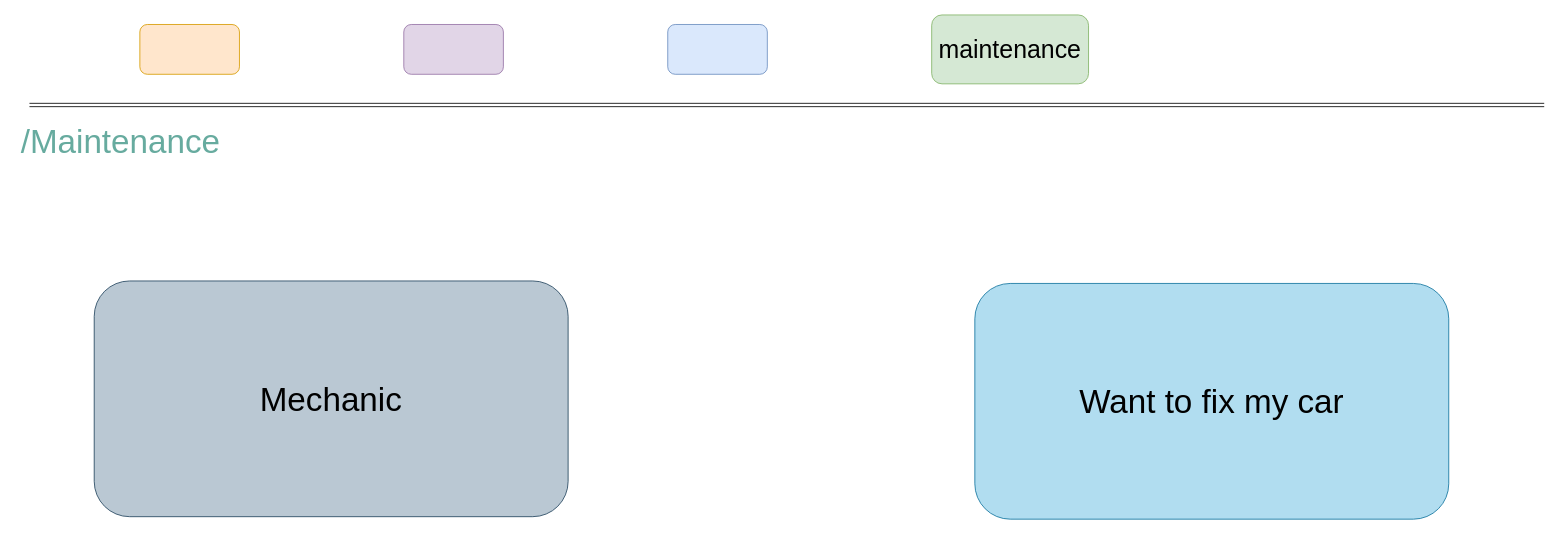
Above: page "Mantenance" (2 of 6) of Diagram/Prototype v0.1/MetainenceInterfaceDiagram.drawio in omarwasfi/CM (draw.io), before the change. Source tidied: cells renumbered, new cells numbered last; positions are measured from the earlier drawing's top-left corner, leaving out a move shared by most shapes. Both pictures are drawn from the tidied source at 83%, with x=0, y=0 at pixel (14, 15).
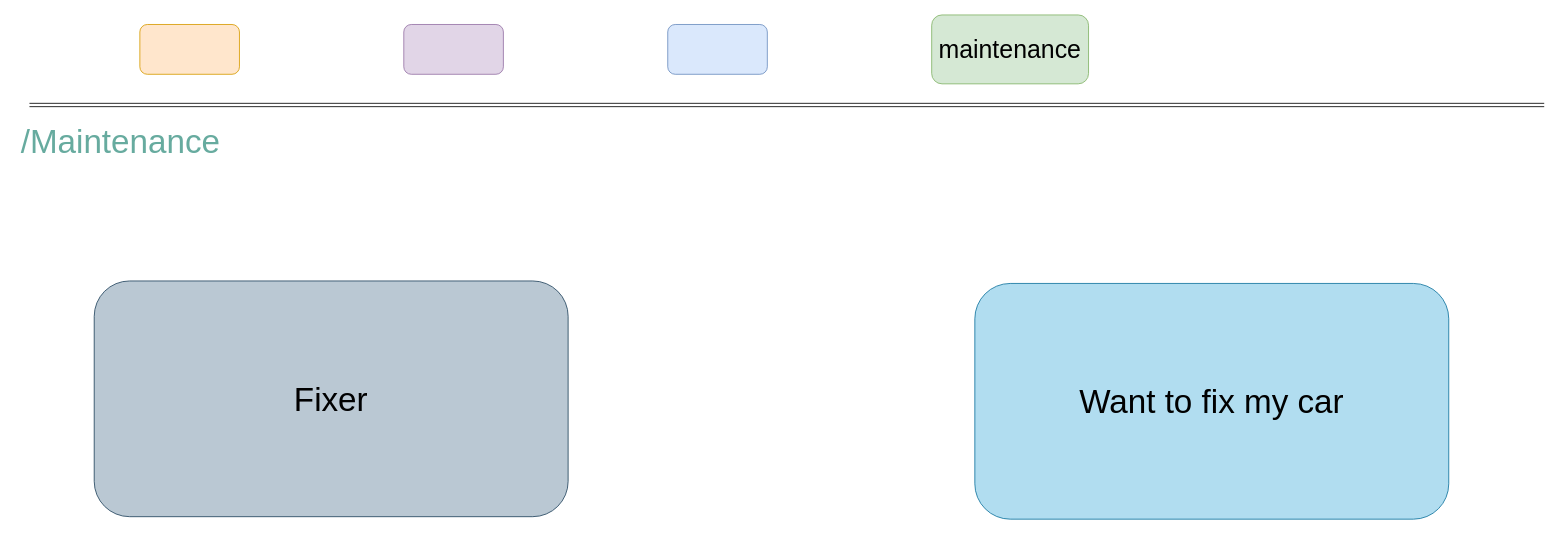
The same diagram, later.

Diff of the diagram source:
```diff
@@
 <mxGraphModel>
   <root>
     <mxCell id="0" />
     <mxCell id="1" parent="0" />
     <mxCell id="2" style="rounded=1;whiteSpace=wrap;html=1;fillColor=#ffe6cc;strokeColor=#d79b00;" parent="1" vertex="1">
       <mxGeometry x="151" y="11" width="120" height="60" as="geometry" />
     </mxCell>
     <mxCell id="3" style="rounded=1;whiteSpace=wrap;html=1;fillColor=#e1d5e7;strokeColor=#9673a6;" parent="1" vertex="1">
       <mxGeometry x="469" y="11" width="120" height="60" as="geometry" />
     </mxCell>
     <mxCell id="4" style="rounded=1;whiteSpace=wrap;html=1;fillColor=#dae8fc;strokeColor=#6c8ebf;" parent="1" vertex="1">
       <mxGeometry x="787" y="11" width="120" height="60" as="geometry" />
     </mxCell>
     <mxCell id="5" value="&lt;font style=&quot;font-size: 30px&quot;&gt;maintenance&lt;/font&gt;" style="rounded=1;whiteSpace=wrap;html=1;fillColor=#d5e8d4;strokeColor=#82b366;" parent="1" vertex="1">
       <mxGeometry x="1105" y="-0.5" width="189" height="83" as="geometry" />
     </mxCell>
     <mxCell id="6" value="&lt;font style=&quot;font-size: 40px&quot;&gt;Want to fix my car&lt;/font&gt;" style="rounded=1;whiteSpace=wrap;html=1;fillColor=#b1ddf0;strokeColor=#10739e;" parent="1" vertex="1">
       <mxGeometry x="1157" y="323" width="571" height="284" as="geometry" />
     </mxCell>
-    <mxCell id="7" value="&lt;font style=&quot;font-size: 40px&quot;&gt;Mechanic&lt;/font&gt;" style="rounded=1;whiteSpace=wrap;html=1;fillColor=#bac8d3;strokeColor=#23445d;" parent="1" vertex="1">
+    <mxCell id="7" value="&lt;span style=&quot;font-size: 40px&quot;&gt;Fixer&lt;/span&gt;" style="rounded=1;whiteSpace=wrap;html=1;fillColor=#bac8d3;strokeColor=#23445d;" parent="1" vertex="1">
       <mxGeometry x="96" y="320" width="571" height="284" as="geometry" />
     </mxCell>
     <mxCell id="8" style="shape=link;html=1;rounded=0;edgeStyle=orthogonalEdgeStyle;" parent="1" edge="1">
       <mxGeometry relative="1" as="geometry">
         <mxPoint x="18" y="108" as="sourcePoint" />
         <mxPoint x="1843" y="108" as="targetPoint" />
       </mxGeometry>
     </mxCell>
     <mxCell id="9" value="&lt;font style=&quot;font-size: 40px&quot; color=&quot;#67ab9f&quot;&gt;/Maintenance&lt;/font&gt;" style="text;html=1;strokeColor=none;fillColor=none;align=center;verticalAlign=middle;whiteSpace=wrap;rounded=0;" parent="1" vertex="1">
       <mxGeometry y="119" width="256" height="63" as="geometry" />
     </mxCell>
   </root>
 </mxGraphModel>
```
